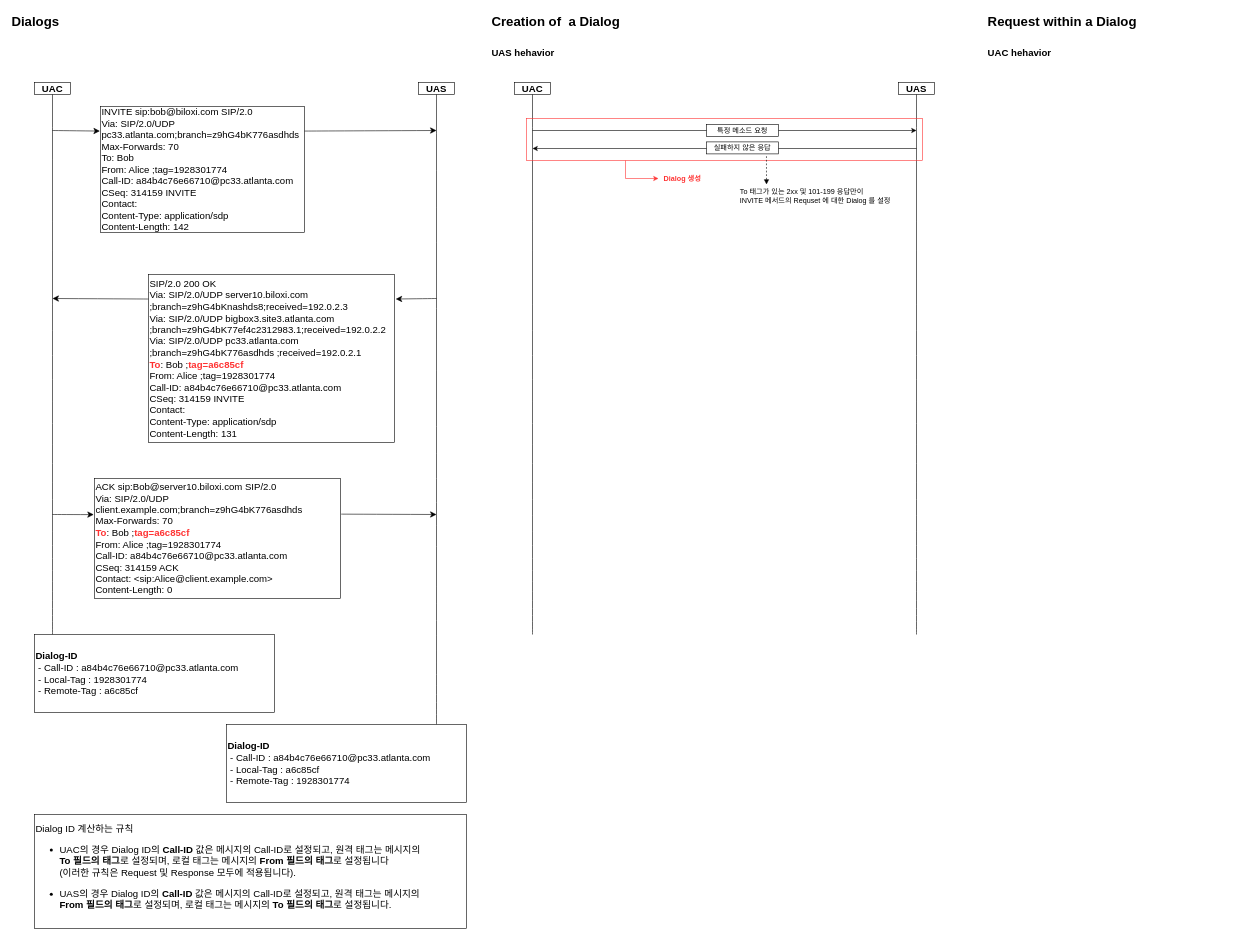
Before: 12장 Dialog.drawio in JaeHyeon774/NEWTIL, a draw.io diagram. Source tidied: cells renumbered, new cells numbered last; positions are measured from the earlier drawing's top-left corner, leaving out a move shared by most shapes. Both pictures are drawn from the tidied source at 60%, with x=0, y=0 at pixel (10, 10).
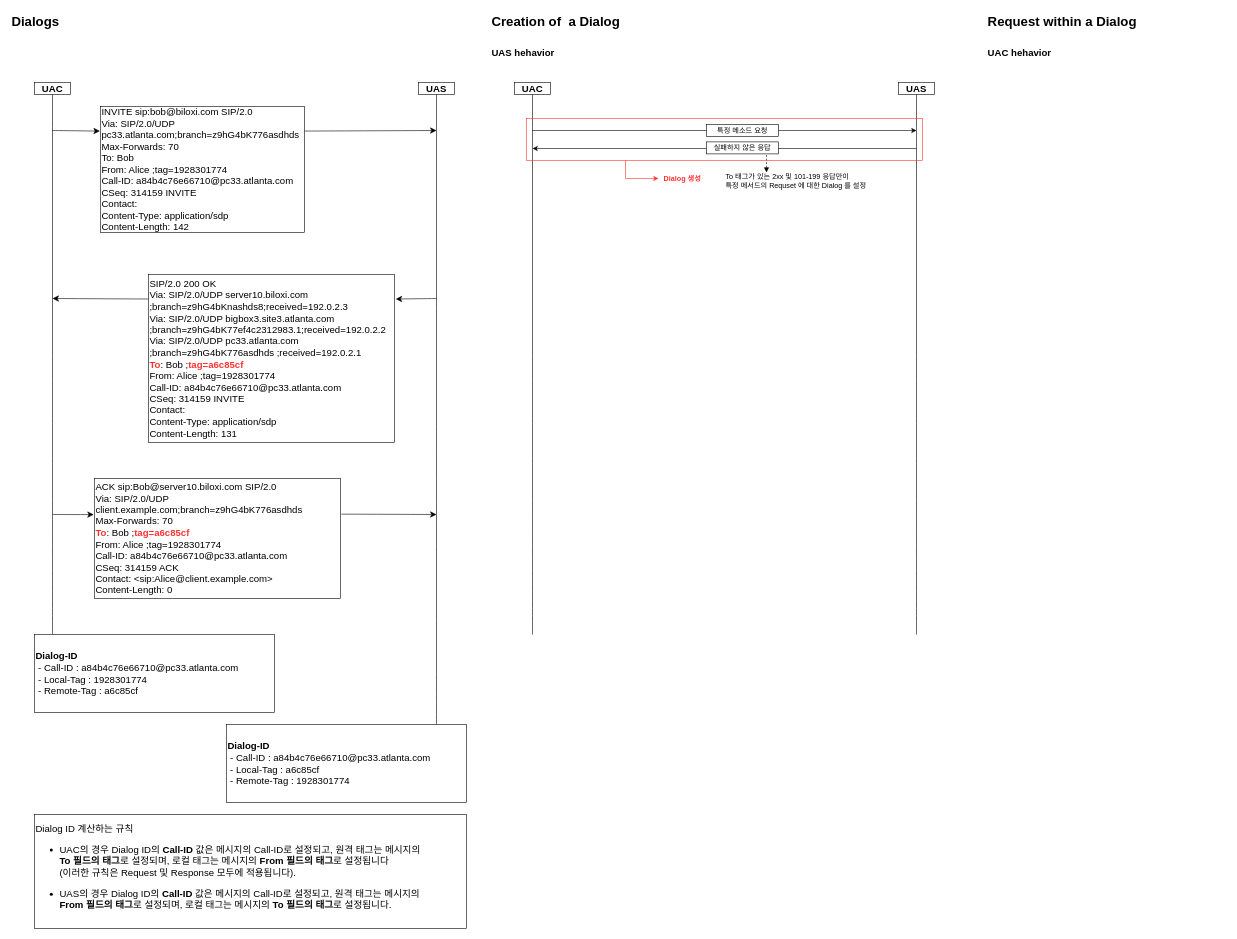
Above is the later version.

Commit message:
12장 Dialog.drawio 업데이트

The change refers to these unchanged cells:
```xml
<mxCell id="32" style="rounded=0;whiteSpace=wrap;html=1;fillColor=none;strokeColor=#FF3333;" parent="1" vertex="1">
  <mxGeometry x="860" y="180" width="660" height="70" as="geometry" />
</mxCell>
```

What changed in the source:
```diff
@@
     <mxCell id="34" style="endArrow=none;dashed=1;html=1;rounded=0;entryX=0.606;entryY=0.857;entryDx=0;entryDy=0;entryPerimeter=0;endFill=0;startArrow=block;startFill=1;" parent="1" edge="1" target="32">
       <mxGeometry relative="1" as="geometry">
-        <mxPoint x="1260" y="290" as="sourcePoint" />
+        <mxPoint x="1260" y="270" as="sourcePoint" />
       </mxGeometry>
     </mxCell>
-    <mxCell id="35" value="&lt;p&gt;To 태그가 있는 2xx 및 101-199 응답만이&lt;br&gt;&lt;span style=&quot;background-color: initial;&quot;&gt;INVITE 메서드의 Requset 에 대한 Dialog 를 설정&lt;/span&gt;&lt;/p&gt;" style="text;html=1;strokeColor=none;fillColor=none;align=left;verticalAlign=middle;whiteSpace=wrap;rounded=0;" parent="1" vertex="1">
-      <mxGeometry x="1214" y="295" width="320" height="30" as="geometry" />
+    <mxCell id="35" value="&lt;p&gt;To 태그가 있는 2xx 및 101-199 응답만이&lt;br&gt;&lt;span style=&quot;background-color: initial;&quot;&gt;특정 메서드의 Requset 에 대한 Dialog 를 설정&lt;/span&gt;&lt;/p&gt;" style="text;html=1;strokeColor=none;fillColor=none;align=left;verticalAlign=middle;whiteSpace=wrap;rounded=0;" parent="1" vertex="1">
+      <mxGeometry x="1190" y="270" width="320" height="30" as="geometry" />
     </mxCell>
```
